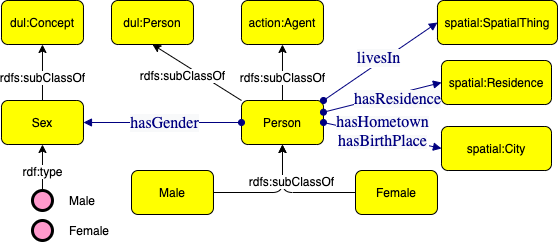
Earlier version of the draw.io export src/Person.png (luigi-asprino/MON). Source tidied: cells renumbered, new cells last; positions are measured from the earlier drawing's top-left corner, leaving out a move shared by most shapes. Its diagram source:
```xml
<mxGraphModel>
  <root>
    <mxCell id="0" />
    <mxCell id="1" parent="0" />
    <mxCell id="2" value="action:Agent" style="graphMlID=n4;shape=rect;rounded=1;arcsize=30;fillColor=#ffff00;strokeColor=#000000;strokeWidth=1.0;" parent="1" vertex="1">
      <mxGeometry x="240" width="82" height="44" as="geometry" />
    </mxCell>
    <mxCell id="3" value="Person" style="graphMlID=n4;shape=rect;rounded=1;arcsize=30;fillColor=#ffff00;strokeColor=#000000;strokeWidth=1.0;" parent="1" vertex="1">
      <mxGeometry x="240" y="100" width="82" height="44" as="geometry" />
    </mxCell>
    <mxCell id="4" value="Male" style="graphMlID=n4;shape=rect;rounded=1;arcsize=30;fillColor=#ffff00;strokeColor=#000000;strokeWidth=1.0;" parent="1" vertex="1">
      <mxGeometry x="130" y="170" width="82" height="44" as="geometry" />
    </mxCell>
    <mxCell id="5" value="Female" style="graphMlID=n4;shape=rect;rounded=1;arcsize=30;fillColor=#ffff00;strokeColor=#000000;strokeWidth=1.0;" parent="1" vertex="1">
      <mxGeometry x="354" y="170" width="82" height="44" as="geometry" />
    </mxCell>
    <mxCell id="6" style="endArrow=classic;html=1;textDirection=ltr;exitX=1;exitY=0.5;exitDx=0;exitDy=0;entryX=0.5;entryY=1;entryDx=0;entryDy=0;" parent="1" edge="1" source="4" target="3">
      <mxGeometry relative="1" as="geometry">
        <Array as="points">
          <mxPoint x="281" y="192" />
        </Array>
      </mxGeometry>
    </mxCell>
    <mxCell id="7" style="endArrow=classic;html=1;textDirection=ltr;exitX=0;exitY=0.5;exitDx=0;exitDy=0;entryX=0.5;entryY=1;entryDx=0;entryDy=0;" parent="1" edge="1" source="5" target="3">
      <mxGeometry relative="1" as="geometry">
        <Array as="points">
          <mxPoint x="281" y="192" />
        </Array>
      </mxGeometry>
    </mxCell>
    <mxCell id="8" value="rdfs:subClassOf" style="text;html=1;align=center;verticalAlign=middle;labelBackgroundColor=#ffffff;rotation=0;" parent="7" vertex="1">
      <mxGeometry x="-0.22" relative="1" as="geometry">
        <mxPoint x="-18" y="-12" as="offset" />
      </mxGeometry>
    </mxCell>
    <mxCell id="9" style="endArrow=classic;html=1;textDirection=ltr;entryX=0.5;entryY=1;entryDx=0;entryDy=0;" parent="1" edge="1" source="3" target="2">
      <mxGeometry relative="1" as="geometry" />
    </mxCell>
    <mxCell id="10" value="rdfs:subClassOf" style="text;html=1;align=center;verticalAlign=middle;labelBackgroundColor=#ffffff;rotation=0;" parent="9" vertex="1">
      <mxGeometry x="-0.22" relative="1" as="geometry">
        <mxPoint y="-2" as="offset" />
      </mxGeometry>
    </mxCell>
    <mxCell id="11" value="Sex" style="graphMlID=n4;shape=rect;rounded=1;arcsize=30;fillColor=#ffff00;strokeColor=#000000;strokeWidth=1.0;" parent="1" vertex="1">
      <mxGeometry y="100" width="82" height="44" as="geometry" />
    </mxCell>
    <mxCell id="12" value="Male" style="graphMlID=n9;shape=ellipse;fillColor=#ff99cc;strokeColor=#000000;strokeWidth=3.0;verticalAlign=middle;labelPosition=right;verticalLabelPosition=middle;align=left;spacingRight=1;spacing=17;" parent="1" vertex="1">
      <mxGeometry x="31" y="190" width="20" height="20" as="geometry" />
    </mxCell>
    <mxCell id="13" value="Female" style="graphMlID=n9;shape=ellipse;fillColor=#ff99cc;strokeColor=#000000;strokeWidth=3.0;verticalAlign=middle;labelPosition=right;verticalLabelPosition=middle;align=left;spacingRight=1;spacing=17;" parent="1" vertex="1">
      <mxGeometry x="31" y="220" width="20" height="20" as="geometry" />
    </mxCell>
    <mxCell id="14" style="endArrow=classic;html=1;textDirection=ltr;entryX=0.5;entryY=1;entryDx=0;entryDy=0;exitX=0.5;exitY=0;exitDx=0;exitDy=0;" parent="1" edge="1" source="12" target="11">
      <mxGeometry relative="1" as="geometry" />
    </mxCell>
    <mxCell id="15" value="rdf:type" style="text;html=1;align=center;verticalAlign=middle;labelBackgroundColor=#ffffff;rotation=0;" parent="14" vertex="1">
      <mxGeometry x="-0.22" relative="1" as="geometry">
        <mxPoint y="-2" as="offset" />
      </mxGeometry>
    </mxCell>
    <mxCell id="16" style="graphMlID=e0;rounded=0;endArrow=block;strokeColor=#000080;strokeWidth=1.0;startArrow=oval;startFill=1;endFill=1;entryX=1;entryY=0.5;entryDx=0;entryDy=0;exitX=0;exitY=0.5;exitDx=0;exitDy=0;" parent="1" edge="1" source="3" target="11">
      <mxGeometry relative="1" as="geometry" />
    </mxCell>
    <mxCell id="17" value="&lt;span style=&quot;color: rgb(0 , 0 , 128) ; font-family: &amp;#34;dialog&amp;#34; ; font-size: 16px ; background-color: rgb(248 , 249 , 250)&quot;&gt;hasGender&lt;/span&gt;" style="text;html=1;align=center;verticalAlign=middle;labelBackgroundColor=#ffffff;" parent="16" vertex="1">
      <mxGeometry x="-0.02" y="2" relative="1" as="geometry">
        <mxPoint y="-2" as="offset" />
      </mxGeometry>
    </mxCell>
    <mxCell id="18" value="spatial:City" style="graphMlID=n4;shape=rect;rounded=1;arcsize=30;fillColor=#ffff00;strokeColor=#000000;strokeWidth=1.0;" parent="1" vertex="1">
      <mxGeometry x="440" y="126" width="110" height="44" as="geometry" />
    </mxCell>
    <mxCell id="19" style="graphMlID=e0;rounded=0;endArrow=block;strokeColor=#000080;strokeWidth=1.0;startArrow=oval;startFill=1;endFill=1;entryX=0;entryY=0.5;entryDx=0;entryDy=0;exitX=1;exitY=0.5;exitDx=0;exitDy=0;" parent="1" edge="1" source="3" target="18">
      <mxGeometry relative="1" as="geometry" />
    </mxCell>
    <mxCell id="20" value="&lt;span style=&quot;background-color: rgb(248 , 249 , 250)&quot;&gt;&lt;font color=&quot;#000080&quot; face=&quot;dialog&quot;&gt;&lt;span style=&quot;font-size: 16px&quot;&gt;hasHometown&lt;/span&gt;&lt;/font&gt;&lt;br&gt;&lt;font color=&quot;#000080&quot; face=&quot;dialog&quot;&gt;&lt;span style=&quot;font-size: 16px&quot;&gt;hasBirthPlace&lt;/span&gt;&lt;/font&gt;&lt;br&gt;&lt;/span&gt;" style="text;html=1;align=center;verticalAlign=middle;labelBackgroundColor=#ffffff;" parent="19" vertex="1">
      <mxGeometry x="-0.02" y="2" relative="1" as="geometry">
        <mxPoint y="-2" as="offset" />
      </mxGeometry>
    </mxCell>
    <mxCell id="21" value="dul:Concept" style="graphMlID=n4;shape=rect;rounded=1;arcsize=30;fillColor=#ffff00;strokeColor=#000000;strokeWidth=1.0;" parent="1" vertex="1">
      <mxGeometry width="82" height="44" as="geometry" />
    </mxCell>
    <mxCell id="22" style="endArrow=classic;html=1;textDirection=ltr;entryX=0.5;entryY=1;entryDx=0;entryDy=0;exitX=0.5;exitY=0;exitDx=0;exitDy=0;" parent="1" edge="1" source="11" target="21">
      <mxGeometry relative="1" as="geometry" />
    </mxCell>
    <mxCell id="23" value="rdfs:subClassOf" style="text;html=1;align=center;verticalAlign=middle;labelBackgroundColor=#ffffff;rotation=0;" parent="22" vertex="1">
      <mxGeometry x="-0.22" relative="1" as="geometry">
        <mxPoint y="-2" as="offset" />
      </mxGeometry>
    </mxCell>
    <mxCell id="24" value="spatial:Residence" style="graphMlID=n4;shape=rect;rounded=1;arcsize=30;fillColor=#ffff00;strokeColor=#000000;strokeWidth=1.0;" parent="1" vertex="1">
      <mxGeometry x="440" y="60" width="110" height="44" as="geometry" />
    </mxCell>
    <mxCell id="25" style="graphMlID=e0;rounded=0;endArrow=block;strokeColor=#000080;strokeWidth=1.0;startArrow=oval;startFill=1;endFill=1;entryX=0;entryY=0.5;entryDx=0;entryDy=0;" parent="1" edge="1" source="3" target="24">
      <mxGeometry relative="1" as="geometry" />
    </mxCell>
    <mxCell id="26" value="&lt;span style=&quot;color: rgb(0 , 0 , 128) ; font-family: &amp;#34;dialog&amp;#34; ; font-size: 16px ; background-color: rgb(248 , 249 , 250)&quot;&gt;hasResidence&lt;/span&gt;" style="text;html=1;align=center;verticalAlign=middle;labelBackgroundColor=#ffffff;" parent="25" vertex="1">
      <mxGeometry x="-0.02" y="2" relative="1" as="geometry">
        <mxPoint x="16" y="3" as="offset" />
      </mxGeometry>
    </mxCell>
    <mxCell id="27" value="dul:Person" style="graphMlID=n4;shape=rect;rounded=1;arcsize=30;fillColor=#ffff00;strokeColor=#000000;strokeWidth=1.0;" parent="1" vertex="1">
      <mxGeometry x="110" width="82" height="44" as="geometry" />
    </mxCell>
    <mxCell id="28" style="endArrow=classic;html=1;textDirection=ltr;entryX=0.5;entryY=1;entryDx=0;entryDy=0;exitX=0;exitY=0;exitDx=0;exitDy=0;" parent="1" edge="1" source="3" target="27">
      <mxGeometry relative="1" as="geometry" />
    </mxCell>
    <mxCell id="29" value="rdfs:subClassOf" style="text;html=1;align=center;verticalAlign=middle;labelBackgroundColor=#ffffff;rotation=0;" parent="28" vertex="1">
      <mxGeometry x="-0.22" relative="1" as="geometry">
        <mxPoint x="-25" y="-4" as="offset" />
      </mxGeometry>
    </mxCell>
    <mxCell id="30" value="spatial:SpatialThing" style="graphMlID=n4;shape=rect;rounded=1;arcsize=30;fillColor=#ffff00;strokeColor=#000000;strokeWidth=1.0;" parent="1" vertex="1">
      <mxGeometry x="436" width="120" height="44" as="geometry" />
    </mxCell>
    <mxCell id="31" style="graphMlID=e0;rounded=0;endArrow=block;strokeColor=#000080;strokeWidth=1.0;startArrow=oval;startFill=1;endFill=1;entryX=0;entryY=0.5;entryDx=0;entryDy=0;exitX=1;exitY=0;exitDx=0;exitDy=0;" parent="1" edge="1" source="3" target="30">
      <mxGeometry relative="1" as="geometry" />
    </mxCell>
    <mxCell id="32" value="&lt;span style=&quot;color: rgb(0 , 0 , 128) ; font-family: &amp;#34;dialog&amp;#34; ; font-size: 16px ; background-color: rgb(248 , 249 , 250)&quot;&gt;livesIn&lt;/span&gt;" style="text;html=1;align=center;verticalAlign=middle;labelBackgroundColor=#ffffff;" parent="31" vertex="1">
      <mxGeometry x="-0.02" y="2" relative="1" as="geometry">
        <mxPoint y="-2" as="offset" />
      </mxGeometry>
    </mxCell>
  </root>
</mxGraphModel>
```
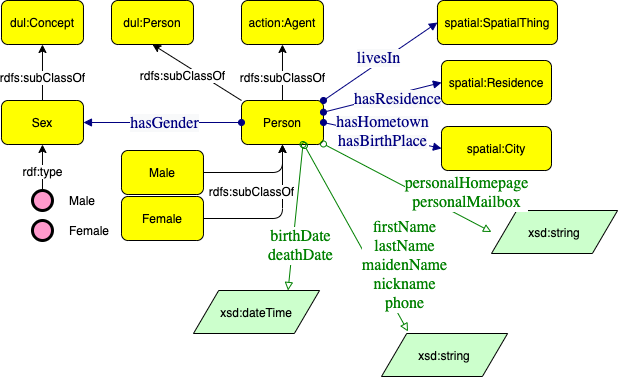
After the change.

Commit message:
Update Person Ontology

Change to the diagram source:
```diff
@@ -9,28 +9,28 @@
       <mxGeometry x="240" y="100" width="82" height="44" as="geometry" />
     </mxCell>
     <mxCell id="4" value="Male" style="graphMlID=n4;shape=rect;rounded=1;arcsize=30;fillColor=#ffff00;strokeColor=#000000;strokeWidth=1.0;" parent="1" vertex="1">
-      <mxGeometry x="130" y="170" width="82" height="44" as="geometry" />
+      <mxGeometry x="120" y="150" width="82" height="44" as="geometry" />
     </mxCell>
     <mxCell id="5" value="Female" style="graphMlID=n4;shape=rect;rounded=1;arcsize=30;fillColor=#ffff00;strokeColor=#000000;strokeWidth=1.0;" parent="1" vertex="1">
-      <mxGeometry x="354" y="170" width="82" height="44" as="geometry" />
+      <mxGeometry x="120" y="196" width="82" height="44" as="geometry" />
     </mxCell>
     <mxCell id="6" style="endArrow=classic;html=1;textDirection=ltr;exitX=1;exitY=0.5;exitDx=0;exitDy=0;entryX=0.5;entryY=1;entryDx=0;entryDy=0;" parent="1" edge="1" source="4" target="3">
       <mxGeometry relative="1" as="geometry">
         <Array as="points">
-          <mxPoint x="281" y="192" />
+          <mxPoint x="281" y="172" />
         </Array>
       </mxGeometry>
     </mxCell>
-    <mxCell id="7" style="endArrow=classic;html=1;textDirection=ltr;exitX=0;exitY=0.5;exitDx=0;exitDy=0;entryX=0.5;entryY=1;entryDx=0;entryDy=0;" parent="1" edge="1" source="5" target="3">
+    <mxCell id="7" style="endArrow=classic;html=1;textDirection=ltr;exitX=1;exitY=0.5;exitDx=0;exitDy=0;entryX=0.5;entryY=1;entryDx=0;entryDy=0;" parent="1" edge="1" source="5" target="3">
       <mxGeometry relative="1" as="geometry">
         <Array as="points">
-          <mxPoint x="281" y="192" />
+          <mxPoint x="281" y="218" />
         </Array>
       </mxGeometry>
     </mxCell>
     <mxCell id="8" value="rdfs:subClassOf" style="text;html=1;align=center;verticalAlign=middle;labelBackgroundColor=#ffffff;rotation=0;" parent="7" vertex="1">
       <mxGeometry x="-0.22" relative="1" as="geometry">
-        <mxPoint x="-18" y="-12" as="offset" />
+        <mxPoint x="-12" y="-28" as="offset" />
       </mxGeometry>
     </mxCell>
     <mxCell id="9" style="endArrow=classic;html=1;textDirection=ltr;entryX=0.5;entryY=1;entryDx=0;entryDy=0;" parent="1" edge="1" source="3" target="2">
@@ -121,5 +121,41 @@
         <mxPoint y="-2" as="offset" />
       </mxGeometry>
     </mxCell>
+    <mxCell id="33" value="xsd:dateTime" style="graphMlID=n6;shape=parallelogram;fillColor=#ccffcc;strokeColor=#000000;strokeWidth=1.0;" parent="1" vertex="1">
+      <mxGeometry x="192" y="290" width="126.1" height="43" as="geometry" />
+    </mxCell>
+    <mxCell id="34" style="graphMlID=e2;rounded=0;endArrow=block;strokeColor=#008000;strokeWidth=1.0;startArrow=oval;startFill=0;endFill=0;entryX=0.75;entryY=0;entryDx=0;entryDy=0;exitX=0.75;exitY=1;exitDx=0;exitDy=0;" parent="1" edge="1" source="3" target="33">
+      <mxGeometry relative="1" as="geometry" />
+    </mxCell>
+    <mxCell id="35" value="&lt;font color=&quot;#008000&quot; face=&quot;dialog&quot;&gt;&lt;span style=&quot;font-size: 16px&quot;&gt;birthDate&lt;/span&gt;&lt;br&gt;&lt;span style=&quot;font-size: 16px&quot;&gt;deathDate&lt;/span&gt;&lt;br&gt;&lt;/font&gt;" style="text;html=1;align=center;verticalAlign=middle;labelBackgroundColor=#ffffff;" parent="34" vertex="1">
+      <mxGeometry x="-0.09" y="3" relative="1" as="geometry">
+        <mxPoint x="1" y="34" as="offset" />
+      </mxGeometry>
+    </mxCell>
+    <mxCell id="36" value="xsd:string" style="graphMlID=n6;shape=parallelogram;fillColor=#ccffcc;strokeColor=#000000;strokeWidth=1.0;" parent="1" vertex="1">
+      <mxGeometry x="380" y="333" width="126.1" height="43" as="geometry" />
+    </mxCell>
+    <mxCell id="37" style="graphMlID=e2;rounded=0;endArrow=block;strokeColor=#008000;strokeWidth=1.0;startArrow=oval;startFill=0;endFill=0;entryX=0.25;entryY=0;entryDx=0;entryDy=0;" parent="1" edge="1">
+      <mxGeometry relative="1" as="geometry">
+        <mxPoint x="303" y="145" as="sourcePoint" />
+        <mxPoint x="406.5" y="331" as="targetPoint" />
+      </mxGeometry>
+    </mxCell>
+    <mxCell id="38" value="&lt;font color=&quot;#008000&quot; face=&quot;dialog&quot;&gt;&lt;span style=&quot;font-size: 16px&quot;&gt;firstName&lt;br&gt;lastName&lt;/span&gt;&lt;br&gt;&lt;span style=&quot;font-size: 16px&quot;&gt;maidenName&lt;/span&gt;&lt;br&gt;&lt;span style=&quot;font-size: 16px&quot;&gt;nickname&lt;/span&gt;&lt;br&gt;&lt;span style=&quot;font-size: 16px&quot;&gt;phone&lt;/span&gt;&lt;br&gt;&lt;/font&gt;" style="text;html=1;align=center;verticalAlign=middle;labelBackgroundColor=#ffffff;" parent="37" vertex="1">
+      <mxGeometry x="-0.09" y="3" relative="1" as="geometry">
+        <mxPoint x="50" y="36" as="offset" />
+      </mxGeometry>
+    </mxCell>
+    <mxCell id="39" value="xsd:string" style="graphMlID=n6;shape=parallelogram;fillColor=#ccffcc;strokeColor=#000000;strokeWidth=1.0;" parent="1" vertex="1">
+      <mxGeometry x="490" y="210" width="126.1" height="43" as="geometry" />
+    </mxCell>
+    <mxCell id="40" style="graphMlID=e2;rounded=0;endArrow=block;strokeColor=#008000;strokeWidth=1.0;startArrow=oval;startFill=0;endFill=0;entryX=0;entryY=0.5;entryDx=0;entryDy=0;" parent="1" edge="1" source="3" target="39">
+      <mxGeometry relative="1" as="geometry" />
+    </mxCell>
+    <mxCell id="41" value="&lt;font color=&quot;#008000&quot; face=&quot;dialog&quot; style=&quot;font-size: 16px&quot;&gt;personalHomepage&lt;br&gt;personalMailbox&lt;br&gt;&lt;/font&gt;" style="text;html=1;align=center;verticalAlign=middle;labelBackgroundColor=#ffffff;" parent="40" vertex="1">
+      <mxGeometry x="-0.09" y="3" relative="1" as="geometry">
+        <mxPoint x="65" y="11" as="offset" />
+      </mxGeometry>
+    </mxCell>
   </root>
 </mxGraphModel>
```
